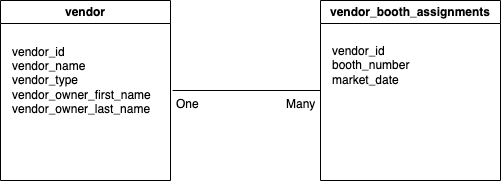
Before: 02_activities/assignments/sql-assignment1-section1.drawio.png, a diagram exported from draw.io (Kristina-K96/sql). Source tidied: cells renumbered, new cells last; positions are measured from the earlier drawing's top-left corner, leaving out a move shared by most shapes. Its diagram source:
```xml
<mxGraphModel background="#ffffff">
  <root>
    <mxCell id="0" />
    <mxCell id="1" parent="0" />
    <mxCell id="2" style="group;" parent="1" vertex="1">
      <mxGeometry width="500" height="180" as="geometry" />
    </mxCell>
    <mxCell id="3" value="vendor" style="swimlane;whiteSpace=wrap;html=1;" parent="2" vertex="1">
      <mxGeometry width="170" height="180" as="geometry" />
    </mxCell>
    <mxCell id="4" value="vendor_id&lt;div&gt;vendor_name&lt;/div&gt;&lt;div&gt;vendor_type&lt;/div&gt;&lt;div&gt;vendor_owner_first_name&lt;/div&gt;&lt;div&gt;vendor_owner_last_name&lt;/div&gt;" style="text;html=1;align=left;verticalAlign=middle;points=[];strokeColor=none;fillColor=none;" parent="3" vertex="1">
      <mxGeometry x="10" y="35" width="160" height="90" as="geometry" />
    </mxCell>
    <mxCell id="5" value="vendor_booth_assignments" style="swimlane;whiteSpace=wrap;html=1;" parent="2" vertex="1">
      <mxGeometry x="320" width="180" height="180" as="geometry" />
    </mxCell>
    <mxCell id="6" value="vendor_id&lt;div&gt;booth_number&lt;/div&gt;&lt;div&gt;market_date&lt;/div&gt;" style="text;html=1;align=left;verticalAlign=middle;strokeColor=none;fillColor=none;" parent="5" vertex="1">
      <mxGeometry x="10" y="35" width="100" height="60" as="geometry" />
    </mxCell>
    <mxCell id="7" style="endArrow=none;html=1;rounded=0;exitX=1.013;exitY=0.611;exitDx=0;exitDy=0;exitPerimeter=0;" parent="2" edge="1" source="4">
      <mxGeometry relative="1" as="geometry">
        <mxPoint x="320" y="90" as="targetPoint" />
      </mxGeometry>
    </mxCell>
    <mxCell id="8" value="One" style="text;strokeColor=none;fillColor=none;spacingLeft=4;spacingRight=4;overflow=hidden;fontSize=12;whiteSpace=wrap;html=1;" parent="2" vertex="1">
      <mxGeometry x="170" y="90" width="40" height="30" as="geometry" />
    </mxCell>
    <mxCell id="9" value="Many" style="text;strokeColor=none;fillColor=none;spacingLeft=4;spacingRight=4;overflow=hidden;fontSize=12;whiteSpace=wrap;html=1;" parent="2" vertex="1">
      <mxGeometry x="280" y="90" width="40" height="30" as="geometry" />
    </mxCell>
  </root>
</mxGraphModel>
```
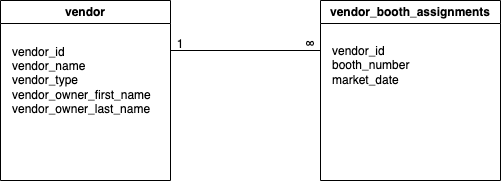
The same file after the commit.

Change to the diagram source:
```diff
@@ -17,16 +17,17 @@
     <mxCell id="6" value="vendor_id&lt;div&gt;booth_number&lt;/div&gt;&lt;div&gt;market_date&lt;/div&gt;" style="text;html=1;align=left;verticalAlign=middle;strokeColor=none;fillColor=none;" parent="5" vertex="1">
       <mxGeometry x="10" y="35" width="100" height="60" as="geometry" />
     </mxCell>
-    <mxCell id="7" style="endArrow=none;html=1;rounded=0;exitX=1.013;exitY=0.611;exitDx=0;exitDy=0;exitPerimeter=0;" parent="2" edge="1" source="4">
+    <mxCell id="7" style="endArrow=none;html=1;rounded=0;" parent="2" edge="1">
       <mxGeometry relative="1" as="geometry">
-        <mxPoint x="320" y="90" as="targetPoint" />
+        <mxPoint x="170" y="50" as="sourcePoint" />
+        <mxPoint x="320" y="50" as="targetPoint" />
       </mxGeometry>
     </mxCell>
-    <mxCell id="8" value="One" style="text;strokeColor=none;fillColor=none;spacingLeft=4;spacingRight=4;overflow=hidden;fontSize=12;whiteSpace=wrap;html=1;" parent="2" vertex="1">
-      <mxGeometry x="170" y="90" width="40" height="30" as="geometry" />
+    <mxCell id="8" value="1" style="text;strokeColor=none;fillColor=none;spacingLeft=4;spacingRight=4;overflow=hidden;fontSize=12;whiteSpace=wrap;html=1;align=center;" parent="2" vertex="1">
+      <mxGeometry x="160" y="30" width="40" height="30" as="geometry" />
     </mxCell>
-    <mxCell id="9" value="Many" style="text;strokeColor=none;fillColor=none;spacingLeft=4;spacingRight=4;overflow=hidden;fontSize=12;whiteSpace=wrap;html=1;" parent="2" vertex="1">
-      <mxGeometry x="280" y="90" width="40" height="30" as="geometry" />
+    <mxCell id="9" value="∞" style="text;strokeColor=none;fillColor=none;spacingLeft=4;spacingRight=4;overflow=hidden;fontSize=12;whiteSpace=wrap;html=1;align=center;" parent="2" vertex="1">
+      <mxGeometry x="290" y="30" width="40" height="30" as="geometry" />
     </mxCell>
   </root>
 </mxGraphModel>
```
